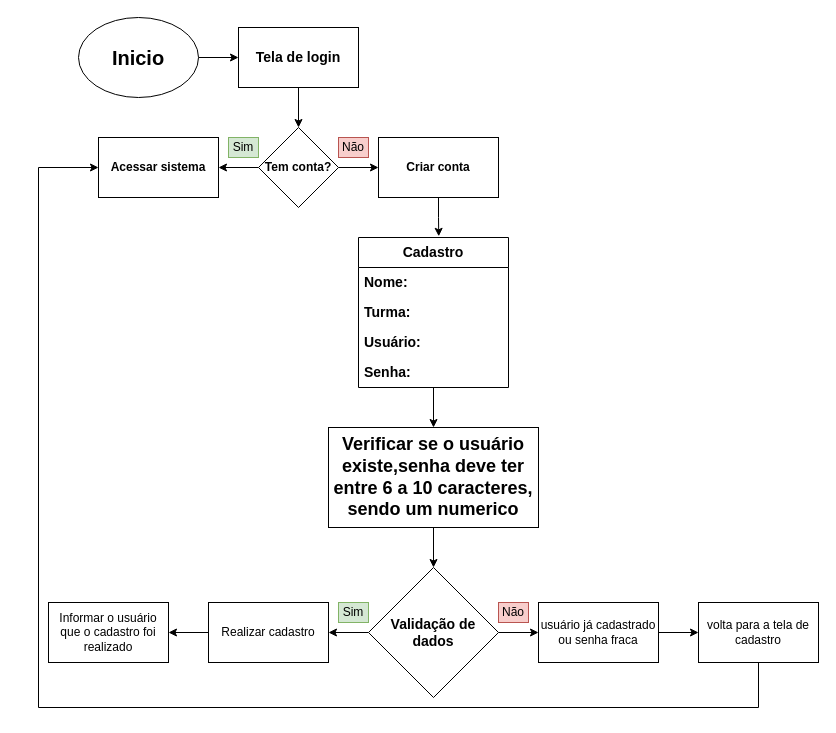
Above: trabalho/fluxogramas/cadastro_de_usuario.drawio in gabrielhalmenschlager/controle-de-ativos-senac (draw.io), before the change. Source tidied: cells renumbered, new cells numbered last; positions are measured from the earlier drawing's top-left corner, leaving out a move shared by most shapes. Both pictures are drawn from the tidied source at 100%, with x=0, y=0 at pixel (38, 17).
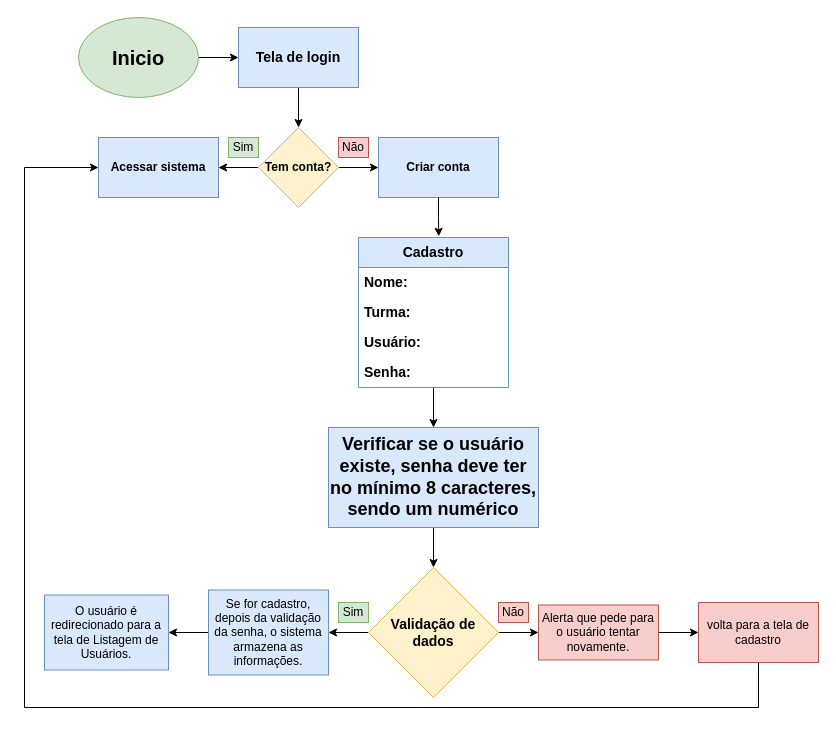
The same diagram, later.

Commit message (it also covers changes not shown here):
Começando a fazer alterações nos Fluxogramas e adcionando botão para cadastro_usario em login

Diff of the diagram source:
```diff
@@
-    <mxCell id="3" value="&lt;h1 style=&quot;font-size: 20px;&quot;&gt;Inicio&lt;/h1&gt;" style="ellipse;whiteSpace=wrap;html=1;fontSize=20;fontStyle=1;" parent="1" vertex="1">
+    <mxCell id="3" value="&lt;h1 style=&quot;font-size: 20px;&quot;&gt;Inicio&lt;/h1&gt;" style="ellipse;whiteSpace=wrap;html=1;fontSize=20;fontStyle=1;fillColor=#d5e8d4;strokeColor=#82b366;" parent="1" vertex="1">
       <mxGeometry x="40" width="120" height="80" as="geometry" />
     </mxCell>
@@
-    <mxCell id="5" value="Cadastro" style="swimlane;fontStyle=1;horizontal=1;startSize=30;whiteSpace=wrap;html=1;fontSize=14;" parent="1" vertex="1">
+    <mxCell id="5" value="Cadastro" style="swimlane;fontStyle=1;horizontal=1;startSize=30;whiteSpace=wrap;html=1;fontSize=14;fillColor=#dae8fc;strokeColor=#6c8ebf;" parent="1" vertex="1">
       <mxGeometry x="320" y="220" width="150" height="150" as="geometry" />
     </mxCell>
@@
-    <mxCell id="12" value="Validação de dados" style="rhombus;whiteSpace=wrap;html=1;fontStyle=1;align=center;fontSize=14;" parent="1" vertex="1">
+    <mxCell id="12" value="Validação de dados" style="rhombus;whiteSpace=wrap;html=1;fontStyle=1;align=center;fontSize=14;fillColor=#fff2cc;strokeColor=#d6b656;" parent="1" vertex="1">
       <mxGeometry x="330" y="550" width="130" height="130" as="geometry" />
     </mxCell>
@@
-    <mxCell id="14" value="&lt;font style=&quot;font-size: 18px;&quot;&gt;Verificar se o usuário existe,senha deve ter entre 6 a 10 caracteres, sendo um numerico&lt;/font&gt;" style="rounded=0;whiteSpace=wrap;html=1;fontSize=18;fontStyle=1;align=center;" parent="1" vertex="1">
+    <mxCell id="14" value="&lt;font style=&quot;font-size: 18px;&quot;&gt;Verificar se o usuário existe, senha deve ter no mínimo 8 caracteres, sendo um numérico&lt;/font&gt;" style="rounded=0;whiteSpace=wrap;html=1;fontSize=18;fontStyle=1;align=center;fillColor=#dae8fc;strokeColor=#6c8ebf;" parent="1" vertex="1">
       <mxGeometry x="290" y="410" width="210" height="100" as="geometry" />
     </mxCell>
-    <mxCell id="15" value="Informar o usuário que o cadastro foi realizado" style="rounded=0;whiteSpace=wrap;html=1;" parent="1" vertex="1">
-      <mxGeometry x="10" y="585" width="120" height="60" as="geometry" />
+    <mxCell id="15" value="&lt;div&gt;O usuário é redirecionado para a tela de Listagem de Usuários.&lt;/div&gt;" style="rounded=0;whiteSpace=wrap;html=1;fillColor=#dae8fc;strokeColor=#6c8ebf;" parent="1" vertex="1">
+      <mxGeometry x="6" y="577.5" width="124" height="75" as="geometry" />
     </mxCell>
@@
-    <mxCell id="19" value="usuário já cadastrado ou senha fraca" style="rounded=0;whiteSpace=wrap;html=1;" parent="1" vertex="1">
-      <mxGeometry x="500" y="585" width="120" height="60" as="geometry" />
+    <mxCell id="19" value="&lt;div&gt;Alerta que pede para o usuário tentar novamente.&lt;/div&gt;" style="rounded=0;whiteSpace=wrap;html=1;fillColor=#f8cecc;strokeColor=#b85450;" parent="1" vertex="1">
+      <mxGeometry x="500" y="587.5" width="120" height="55" as="geometry" />
     </mxCell>
@@
-    <mxCell id="21" value="Realizar cadastro" style="rounded=0;whiteSpace=wrap;html=1;" parent="1" vertex="1">
-      <mxGeometry x="170" y="585" width="120" height="60" as="geometry" />
+    <mxCell id="21" value="&lt;span style=&quot;background-color: transparent; color: light-dark(rgb(0, 0, 0), rgb(255, 255, 255));&quot;&gt;Se for cadastro, depois da validação da senha, o sistema armazena as informações.&lt;/span&gt;" style="rounded=0;whiteSpace=wrap;html=1;fillColor=#dae8fc;strokeColor=#6c8ebf;" parent="1" vertex="1">
+      <mxGeometry x="170" y="572.5" width="120" height="85" as="geometry" />
     </mxCell>
@@
-    <mxCell id="23" value="Tela de login" style="whiteSpace=wrap;html=1;fontSize=14;fontStyle=1;" parent="1" vertex="1">
+    <mxCell id="23" value="Tela de login" style="whiteSpace=wrap;html=1;fontSize=14;fontStyle=1;fillColor=#dae8fc;strokeColor=#6c8ebf;" parent="1" vertex="1">
       <mxGeometry x="200" y="10" width="120" height="60" as="geometry" />
     </mxCell>
@@
-    <mxCell id="26" value="Tem conta?" style="rhombus;whiteSpace=wrap;html=1;fontSize=12;fontStyle=1;" parent="1" vertex="1">
+    <mxCell id="26" value="Tem conta?" style="rhombus;whiteSpace=wrap;html=1;fontSize=12;fontStyle=1;fillColor=#fff2cc;strokeColor=#d6b656;" parent="1" vertex="1">
       <mxGeometry x="220" y="110" width="80" height="80" as="geometry" />
     </mxCell>
-    <mxCell id="27" value="Acessar sistema" style="whiteSpace=wrap;html=1;fontStyle=1;" parent="1" vertex="1">
+    <mxCell id="27" value="Acessar sistema" style="whiteSpace=wrap;html=1;fontStyle=1;fillColor=#dae8fc;strokeColor=#6c8ebf;" parent="1" vertex="1">
       <mxGeometry x="60" y="120" width="120" height="60" as="geometry" />
     </mxCell>
-    <mxCell id="28" value="Criar conta" style="whiteSpace=wrap;html=1;fontStyle=1;" parent="1" vertex="1">
+    <mxCell id="28" value="Criar conta" style="whiteSpace=wrap;html=1;fontStyle=1;fillColor=#dae8fc;strokeColor=#6c8ebf;" parent="1" vertex="1">
       <mxGeometry x="340" y="120" width="120" height="60" as="geometry" />
     </mxCell>
@@
     <mxCell id="32" style="edgeStyle=orthogonalEdgeStyle;rounded=0;jettySize=auto;html=1;entryX=0;entryY=0.5;entryDx=0;entryDy=0;exitX=0.5;exitY=1;exitDx=0;exitDy=0;" parent="1" edge="1" source="33" target="27">
       <mxGeometry relative="1" as="geometry">
         <Array as="points">
           <mxPoint x="720" y="690" />
-          <mxPoint y="690" />
-          <mxPoint y="150" />
+          <mxPoint x="-14" y="690" />
+          <mxPoint x="-14" y="150" />
         </Array>
       </mxGeometry>
     </mxCell>
-    <mxCell id="33" value="volta para a tela de cadastro" style="rounded=0;whiteSpace=wrap;html=1;" parent="1" vertex="1">
+    <mxCell id="33" value="volta para a tela de cadastro" style="rounded=0;whiteSpace=wrap;html=1;fillColor=#f8cecc;strokeColor=#b85450;" parent="1" vertex="1">
       <mxGeometry x="660" y="585" width="120" height="60" as="geometry" />
     </mxCell>
```
